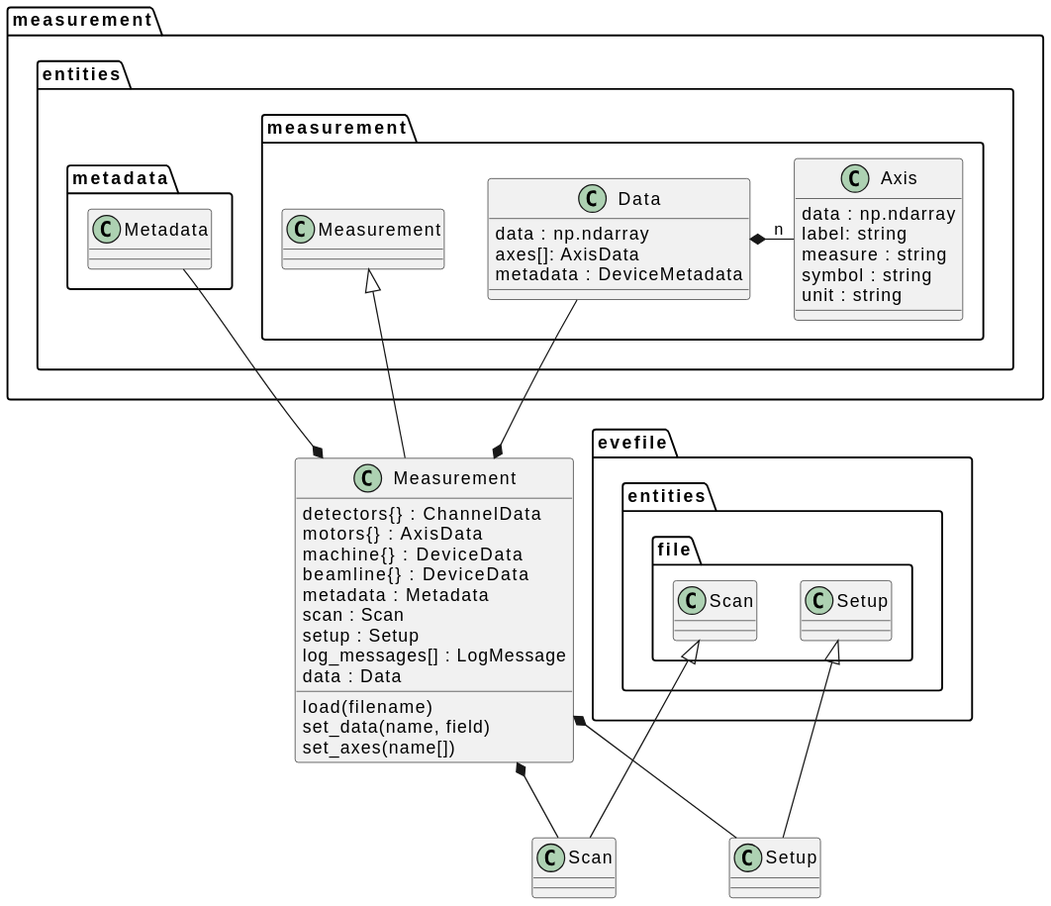
Before: docs/uml/evedata.measurement.boundaries.measurement.svg, a diagram exported from PlantUML (tillbiskup/evedata).
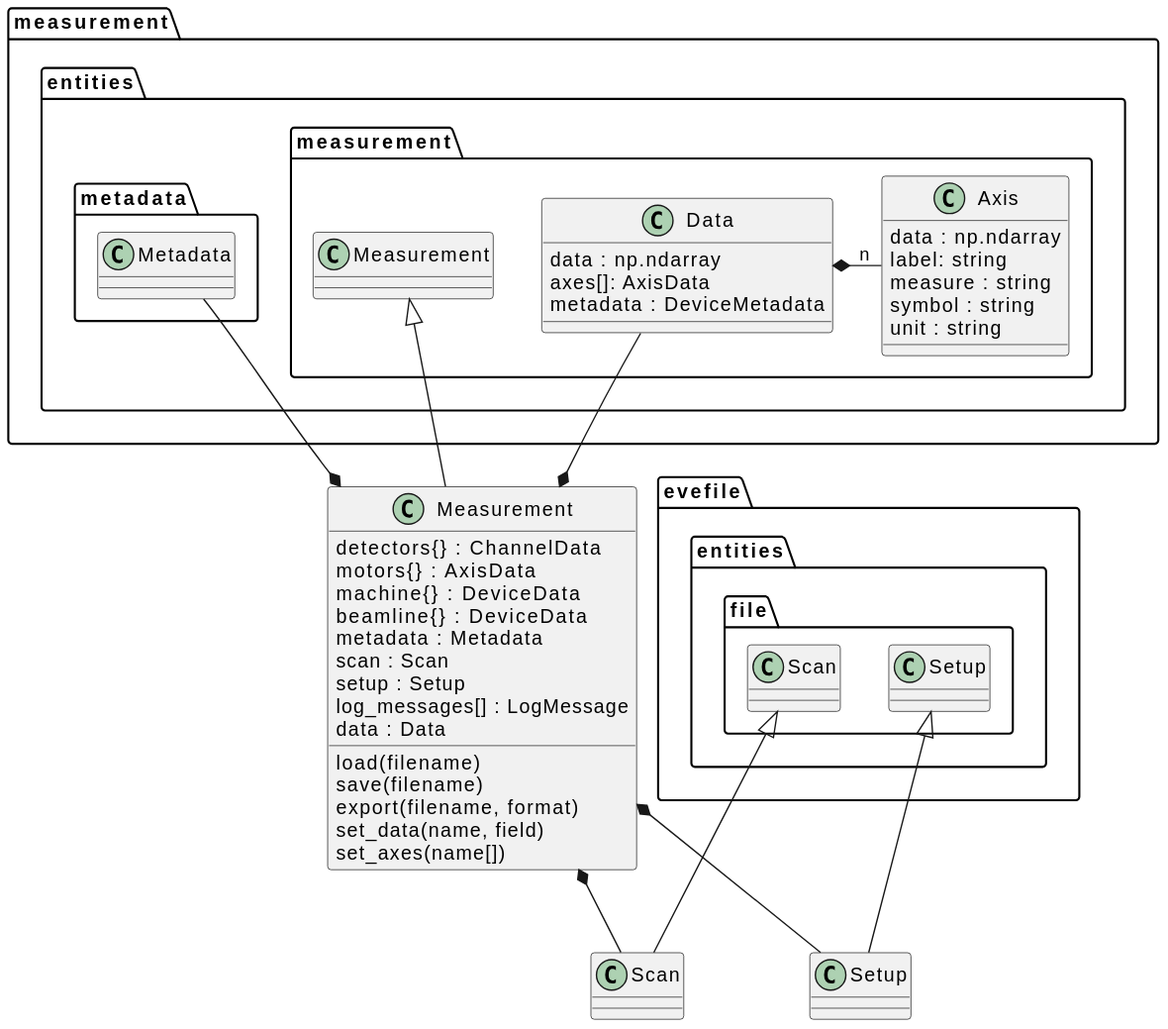
The same diagram one commit later.

What changed in the source:
```diff
@@ -12,6 +12,8 @@
     data : Data
 
     load(filename)
+    save(filename)
+    export(filename, format)
     set_data(name, field)
     set_axes(name[])
 }
```
